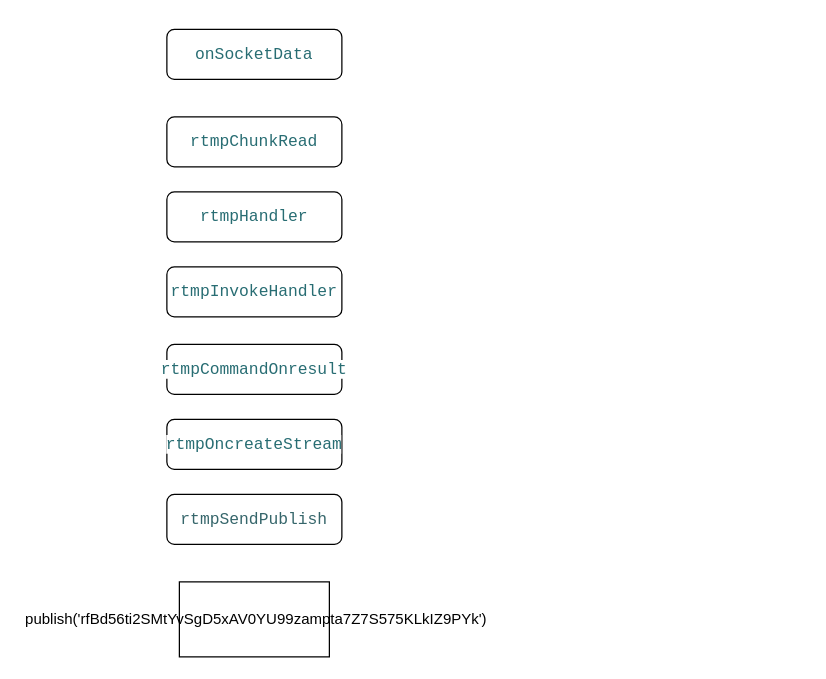
jinweizhiyuan/app.diagrams.net keeps this draw.io diagram as gb28181_sip/rtmp_client.drawio. Above is the earlier version. Source tidied: cells renumbered, new cells numbered last; positions are measured from the earlier drawing's top-left corner, leaving out a move shared by most shapes. Both pictures are drawn from the tidied source at 125%, with x=0, y=0 at pixel (166, 29).
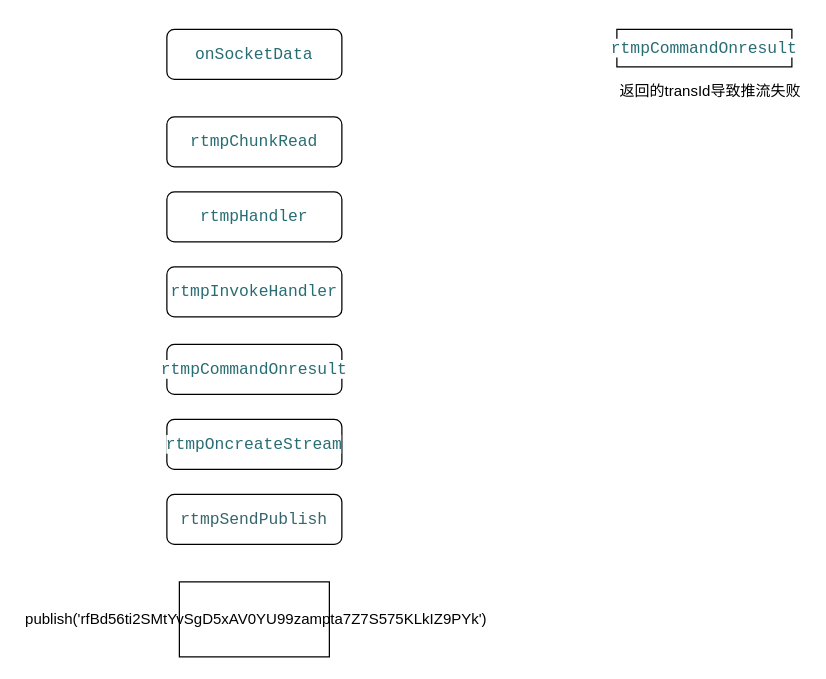
The same page after the edit.

What changed in the source:
```diff
@@
 <mxGraphModel>
   <root>
     <mxCell id="0" />
     <mxCell id="1" parent="0" />
     <mxCell id="2" value="&lt;pre style=&quot;background-color: #ffffff ; color: #080808 ; font-family: &amp;#34;jetbrains mono&amp;#34; , monospace ; font-size: 9.8pt&quot;&gt;&lt;span style=&quot;color: #286d73&quot;&gt;rtmpOncreateStream&lt;/span&gt;&lt;/pre&gt;" style="rounded=1;whiteSpace=wrap;html=1;" parent="1" vertex="1">
       <mxGeometry y="312" width="140" height="40" as="geometry" />
     </mxCell>
     <mxCell id="3" value="&lt;pre style=&quot;background-color: #ffffff ; color: #080808 ; font-family: &amp;#34;jetbrains mono&amp;#34; , monospace ; font-size: 9.8pt&quot;&gt;&lt;pre style=&quot;font-family: &amp;#34;jetbrains mono&amp;#34; , monospace ; font-size: 9.8pt&quot;&gt;&lt;span style=&quot;color: #36666b&quot;&gt;rtmpSendPublish&lt;/span&gt;&lt;/pre&gt;&lt;/pre&gt;" style="rounded=1;whiteSpace=wrap;html=1;" parent="1" vertex="1">
       <mxGeometry y="372" width="140" height="40" as="geometry" />
     </mxCell>
     <mxCell id="4" value="&lt;span&gt;&amp;nbsp;&lt;/span&gt;publish('rfBd56ti2SMtYvSgD5xAV0YU99zampta7Z7S575KLkIZ9PYk')" style="rounded=0;whiteSpace=wrap;html=1;" parent="1" vertex="1">
       <mxGeometry x="10" y="442" width="120" height="60" as="geometry" />
     </mxCell>
     <mxCell id="5" value="&lt;pre style=&quot;background-color: #ffffff ; color: #080808 ; font-family: &amp;#34;jetbrains mono&amp;#34; , monospace ; font-size: 9.8pt&quot;&gt;&lt;pre style=&quot;font-family: &amp;#34;jetbrains mono&amp;#34; , monospace ; font-size: 9.8pt&quot;&gt;&lt;span style=&quot;color: #286d73&quot;&gt;rtmpCommandOnresult&lt;/span&gt;&lt;/pre&gt;&lt;/pre&gt;" style="rounded=1;whiteSpace=wrap;html=1;" parent="1" vertex="1">
       <mxGeometry y="252" width="140" height="40" as="geometry" />
     </mxCell>
     <mxCell id="6" value="&lt;pre style=&quot;background-color: #ffffff ; color: #080808 ; font-family: &amp;#34;jetbrains mono&amp;#34; , monospace ; font-size: 9.8pt&quot;&gt;&lt;pre style=&quot;font-family: &amp;#34;jetbrains mono&amp;#34; , monospace ; font-size: 9.8pt&quot;&gt;&lt;pre style=&quot;font-family: &amp;#34;jetbrains mono&amp;#34; , monospace ; font-size: 9.8pt&quot;&gt;&lt;span style=&quot;color: #286d73&quot;&gt;rtmpInvokeHandler&lt;/span&gt;&lt;/pre&gt;&lt;/pre&gt;&lt;/pre&gt;" style="rounded=1;whiteSpace=wrap;html=1;" parent="1" vertex="1">
       <mxGeometry y="190" width="140" height="40" as="geometry" />
     </mxCell>
     <mxCell id="7" value="&lt;pre style=&quot;background-color: #ffffff ; color: #080808 ; font-family: &amp;#34;jetbrains mono&amp;#34; , monospace ; font-size: 9.8pt&quot;&gt;&lt;pre style=&quot;font-family: &amp;#34;jetbrains mono&amp;#34; , monospace ; font-size: 9.8pt&quot;&gt;&lt;pre style=&quot;font-family: &amp;#34;jetbrains mono&amp;#34; , monospace ; font-size: 9.8pt&quot;&gt;&lt;pre style=&quot;font-family: &amp;#34;jetbrains mono&amp;#34; , monospace ; font-size: 9.8pt&quot;&gt;&lt;span style=&quot;color: #286d73&quot;&gt;rtmpHandler&lt;/span&gt;&lt;/pre&gt;&lt;/pre&gt;&lt;/pre&gt;&lt;/pre&gt;" style="rounded=1;whiteSpace=wrap;html=1;" parent="1" vertex="1">
       <mxGeometry y="130" width="140" height="40" as="geometry" />
     </mxCell>
     <mxCell id="8" value="&lt;pre style=&quot;background-color: #ffffff ; color: #080808 ; font-family: &amp;#34;jetbrains mono&amp;#34; , monospace ; font-size: 9.8pt&quot;&gt;&lt;pre style=&quot;font-family: &amp;#34;jetbrains mono&amp;#34; , monospace ; font-size: 9.8pt&quot;&gt;&lt;pre style=&quot;font-family: &amp;#34;jetbrains mono&amp;#34; , monospace ; font-size: 9.8pt&quot;&gt;&lt;pre style=&quot;font-family: &amp;#34;jetbrains mono&amp;#34; , monospace ; font-size: 9.8pt&quot;&gt;&lt;pre style=&quot;font-family: &amp;#34;jetbrains mono&amp;#34; , monospace ; font-size: 9.8pt&quot;&gt;&lt;span style=&quot;color: #286d73&quot;&gt;rtmpChunkRead&lt;/span&gt;&lt;/pre&gt;&lt;/pre&gt;&lt;/pre&gt;&lt;/pre&gt;&lt;/pre&gt;" style="rounded=1;whiteSpace=wrap;html=1;" parent="1" vertex="1">
       <mxGeometry y="70" width="140" height="40" as="geometry" />
     </mxCell>
     <mxCell id="9" value="&lt;pre style=&quot;background-color: #ffffff ; color: #080808 ; font-family: &amp;#34;jetbrains mono&amp;#34; , monospace ; font-size: 9.8pt&quot;&gt;&lt;pre style=&quot;font-family: &amp;#34;jetbrains mono&amp;#34; , monospace ; font-size: 9.8pt&quot;&gt;&lt;pre style=&quot;font-family: &amp;#34;jetbrains mono&amp;#34; , monospace ; font-size: 9.8pt&quot;&gt;&lt;pre style=&quot;font-family: &amp;#34;jetbrains mono&amp;#34; , monospace ; font-size: 9.8pt&quot;&gt;&lt;pre style=&quot;font-family: &amp;#34;jetbrains mono&amp;#34; , monospace ; font-size: 9.8pt&quot;&gt;&lt;pre style=&quot;font-family: &amp;#34;jetbrains mono&amp;#34; , monospace ; font-size: 9.8pt&quot;&gt;&lt;span style=&quot;color: #286d73&quot;&gt;onSocketData&lt;/span&gt;&lt;/pre&gt;&lt;/pre&gt;&lt;/pre&gt;&lt;/pre&gt;&lt;/pre&gt;&lt;/pre&gt;" style="rounded=1;whiteSpace=wrap;html=1;" parent="1" vertex="1">
       <mxGeometry width="140" height="40" as="geometry" />
     </mxCell>
+    <mxCell id="10" value="&lt;pre style=&quot;background-color: #ffffff ; color: #080808 ; font-family: &amp;#34;jetbrains mono&amp;#34; , monospace ; font-size: 9.8pt&quot;&gt;&lt;span style=&quot;color: #286d73&quot;&gt;rtmpCommandOnresult&lt;/span&gt;&lt;/pre&gt;" style="rounded=0;whiteSpace=wrap;html=1;" parent="1" vertex="1">
+      <mxGeometry x="360" width="140" height="30" as="geometry" />
+    </mxCell>
+    <mxCell id="11" value="返回的transId导致推流失败" style="text;html=1;strokeColor=none;fillColor=none;align=center;verticalAlign=middle;whiteSpace=wrap;rounded=0;" parent="1" vertex="1">
+      <mxGeometry x="360" y="40" width="150" height="20" as="geometry" />
+    </mxCell>
   </root>
 </mxGraphModel>
```
